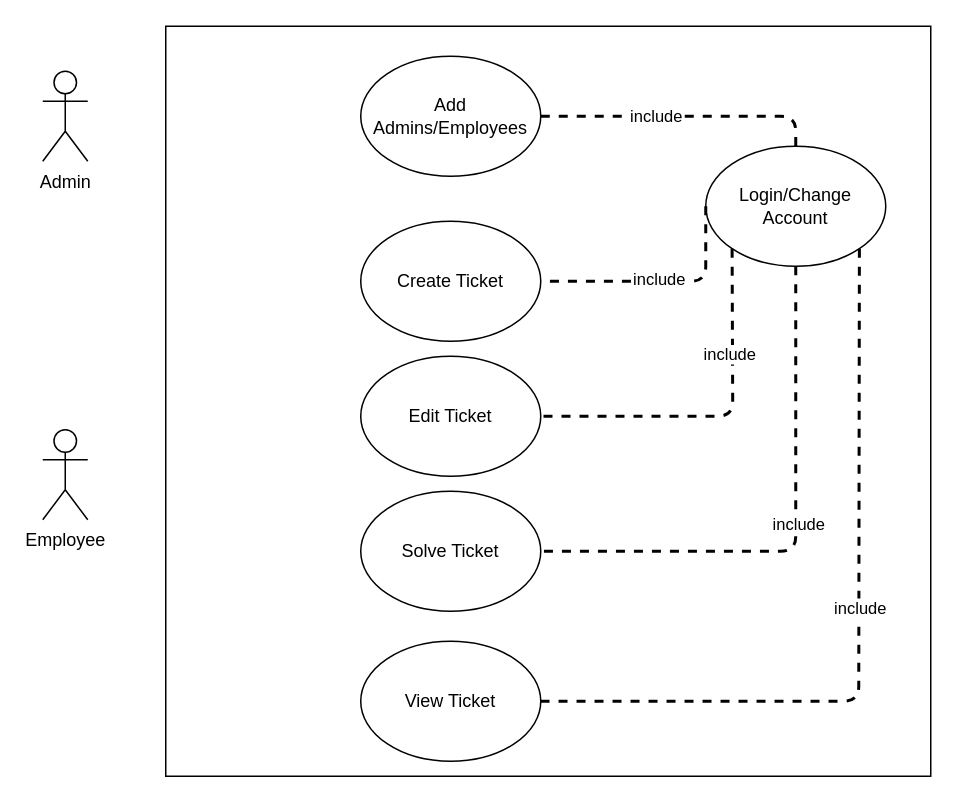
This is Documentation/Diagrams/Use-Case Diagram/Use-Case_Diagram.drawio from baltermia/Gira-ConsoleV2, a draw.io file, before an edit. Source tidied: cells renumbered, new cells numbered last; positions are measured from the earlier drawing's top-left corner, leaving out a move shared by most shapes. Both pictures are drawn from the tidied source at 150%, with x=0, y=0 at pixel (42, 26).
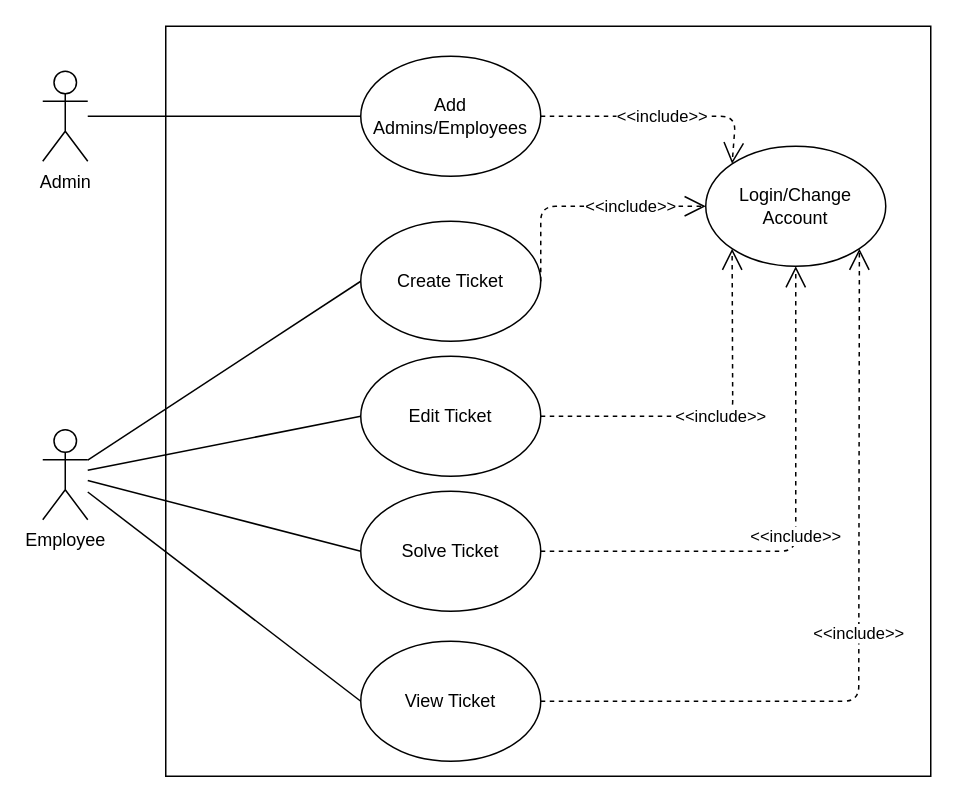
The same page after the edit.

The change refers to these unchanged cells:
```xml
<mxCell id="3" value="Employee" style="shape=umlActor;verticalLabelPosition=bottom;verticalAlign=top;html=1;outlineConnect=0;" parent="1" vertex="1">
  <mxGeometry y="269" width="30" height="60" as="geometry" />
</mxCell>
<mxCell id="4" value="Add Admins/Employees" style="ellipse;whiteSpace=wrap;html=1;" parent="1" vertex="1">
  <mxGeometry x="212" y="20" width="120" height="80" as="geometry" />
</mxCell>
<mxCell id="5" value="Login/Change Account" style="ellipse;whiteSpace=wrap;html=1;" parent="1" vertex="1">
  <mxGeometry x="442" y="80" width="120" height="80" as="geometry" />
</mxCell>
<mxCell id="6" value="Solve Ticket" style="ellipse;whiteSpace=wrap;html=1;" parent="1" vertex="1">
  <mxGeometry x="212" y="310" width="120" height="80" as="geometry" />
</mxCell>
<mxCell id="7" value="Create Ticket" style="ellipse;whiteSpace=wrap;html=1;" parent="1" vertex="1">
  <mxGeometry x="212" y="130" width="120" height="80" as="geometry" />
</mxCell>
<mxCell id="8" value="View Ticket" style="ellipse;whiteSpace=wrap;html=1;" parent="1" vertex="1">
  <mxGeometry x="212" y="410" width="120" height="80" as="geometry" />
</mxCell>
<mxCell id="9" value="Edit Ticket" style="ellipse;whiteSpace=wrap;html=1;" parent="1" vertex="1">
  <mxGeometry x="212" y="220" width="120" height="80" as="geometry" />
</mxCell>
<mxCell id="10" value="Admin" style="shape=umlActor;verticalLabelPosition=bottom;verticalAlign=top;html=1;outlineConnect=0;" parent="1" vertex="1">
  <mxGeometry y="30" width="30" height="60" as="geometry" />
</mxCell>
```

What changed in the source:
```diff
@@
+    <mxCell id="21" style="endArrow=none;html=1;entryX=0;entryY=0.5;entryDx=0;entryDy=0;" parent="1" edge="1" source="10" target="4">
+      <mxGeometry relative="1" as="geometry" />
+    </mxCell>
+    <mxCell id="22" style="endArrow=none;html=1;entryX=0;entryY=0.5;entryDx=0;entryDy=0;" parent="1" edge="1" source="3" target="7">
+      <mxGeometry relative="1" as="geometry" />
+    </mxCell>
+    <mxCell id="23" style="endArrow=none;html=1;entryX=0;entryY=0.5;entryDx=0;entryDy=0;" parent="1" edge="1" source="3" target="9">
+      <mxGeometry relative="1" as="geometry" />
+    </mxCell>
+    <mxCell id="24" style="endArrow=none;html=1;entryX=0;entryY=0.5;entryDx=0;entryDy=0;" parent="1" edge="1" source="3" target="6">
+      <mxGeometry relative="1" as="geometry" />
+    </mxCell>
+    <mxCell id="25" style="endArrow=none;html=1;entryX=0;entryY=0.5;entryDx=0;entryDy=0;" parent="1" edge="1" source="3" target="8">
+      <mxGeometry relative="1" as="geometry" />
+    </mxCell>
-    <mxCell id="11" style="endArrow=none;dashed=1;html=1;strokeWidth=2;exitX=1;exitY=0.5;exitDx=0;exitDy=0;entryX=0.5;entryY=0;entryDx=0;entryDy=0;" parent="1" edge="1" source="4" target="5">
+    <mxCell id="11" value="&amp;lt;&amp;lt;include&amp;gt;&amp;gt;" style="endArrow=open;endSize=12;dashed=1;html=1;exitX=1;exitY=0.5;exitDx=0;exitDy=0;entryX=0;entryY=0;entryDx=0;entryDy=0;" parent="1" edge="1" source="4" target="5">
       <mxGeometry relative="1" as="geometry">
         <Array as="points">
-          <mxPoint x="502" y="60" />
+          <mxPoint x="462" y="60" />
         </Array>
       </mxGeometry>
     </mxCell>
-    <mxCell id="12" value="include" style="edgeLabel;html=1;align=center;verticalAlign=middle;" parent="11" vertex="1">
-      <mxGeometry x="-0.2" y="1" relative="1" as="geometry" />
-    </mxCell>
-    <mxCell id="13" style="endArrow=none;dashed=1;html=1;strokeWidth=2;entryX=1;entryY=0.5;entryDx=0;entryDy=0;exitX=1;exitY=1;exitDx=0;exitDy=0;" parent="1" edge="1" source="5" target="8">
-      <mxGeometry relative="1" as="geometry">
-        <Array as="points">
-          <mxPoint x="544" y="450" />
-        </Array>
-      </mxGeometry>
-    </mxCell>
-    <mxCell id="14" value="include" style="edgeLabel;html=1;align=center;verticalAlign=middle;" parent="13" vertex="1">
-      <mxGeometry x="-0.31" y="-25" relative="1" as="geometry">
-        <mxPoint x="25" y="62" as="offset" />
-      </mxGeometry>
-    </mxCell>
-    <mxCell id="15" style="endArrow=none;dashed=1;html=1;strokeWidth=2;entryX=1;entryY=0.5;entryDx=0;entryDy=0;exitX=0;exitY=1;exitDx=0;exitDy=0;" parent="1" edge="1" source="5" target="9">
-      <mxGeometry relative="1" as="geometry">
-        <Array as="points">
-          <mxPoint x="460" y="260" />
-        </Array>
-      </mxGeometry>
-    </mxCell>
-    <mxCell id="16" value="include" style="edgeLabel;html=1;align=center;verticalAlign=middle;" parent="15" vertex="1">
-      <mxGeometry x="-0.19" y="-2" relative="1" as="geometry">
-        <mxPoint y="-26.3" as="offset" />
-      </mxGeometry>
-    </mxCell>
-    <mxCell id="17" style="endArrow=none;dashed=1;html=1;strokeWidth=2;entryX=1;entryY=0.5;entryDx=0;entryDy=0;exitX=0;exitY=0.5;exitDx=0;exitDy=0;" parent="1" edge="1" source="5" target="7">
-      <mxGeometry relative="1" as="geometry">
-        <Array as="points">
-          <mxPoint x="442" y="170" />
-        </Array>
-      </mxGeometry>
-    </mxCell>
-    <mxCell id="18" value="include" style="edgeLabel;html=1;align=center;verticalAlign=middle;" parent="17" vertex="1">
-      <mxGeometry x="-0.31" y="27" relative="1" as="geometry">
-        <mxPoint x="-27" y="-29" as="offset" />
-      </mxGeometry>
-    </mxCell>
-    <mxCell id="19" style="endArrow=none;dashed=1;html=1;strokeWidth=2;entryX=1;entryY=0.5;entryDx=0;entryDy=0;exitX=0.5;exitY=1;exitDx=0;exitDy=0;" parent="1" edge="1" source="5" target="6">
-      <mxGeometry relative="1" as="geometry">
-        <Array as="points">
-          <mxPoint x="502" y="350" />
-        </Array>
-      </mxGeometry>
-    </mxCell>
-    <mxCell id="20" value="include" style="edgeLabel;html=1;align=center;verticalAlign=middle;" parent="19" vertex="1">
-      <mxGeometry x="-0.31" y="-25" relative="1" as="geometry">
-        <mxPoint x="26" y="47.4" as="offset" />
-      </mxGeometry>
-    </mxCell>
+    <mxCell id="26" value="&amp;lt;&amp;lt;include&amp;gt;&amp;gt;" style="endArrow=open;endSize=12;dashed=1;html=1;exitX=1;exitY=0.5;exitDx=0;exitDy=0;entryX=0;entryY=0.5;entryDx=0;entryDy=0;" parent="1" edge="1" source="7" target="5">
+      <mxGeometry x="0.38" relative="1" as="geometry">
+        <Array as="points">
+          <mxPoint x="332" y="120" />
+        </Array>
+      </mxGeometry>
+    </mxCell>
+    <mxCell id="27" value="&amp;lt;&amp;lt;include&amp;gt;&amp;gt;" style="endArrow=open;endSize=12;dashed=1;html=1;exitX=1;exitY=0.5;exitDx=0;exitDy=0;entryX=0;entryY=1;entryDx=0;entryDy=0;" parent="1" edge="1" source="9" target="5">
+      <mxGeometry relative="1" as="geometry">
+        <Array as="points">
+          <mxPoint x="460" y="260" />
+        </Array>
+      </mxGeometry>
+    </mxCell>
+    <mxCell id="28" value="&amp;lt;&amp;lt;include&amp;gt;&amp;gt;" style="endArrow=open;endSize=12;dashed=1;html=1;exitX=1;exitY=0.5;exitDx=0;exitDy=0;entryX=0.5;entryY=1;entryDx=0;entryDy=0;" parent="1" edge="1" source="6" target="5">
+      <mxGeometry relative="1" as="geometry">
+        <Array as="points">
+          <mxPoint x="502" y="350" />
+        </Array>
+      </mxGeometry>
+    </mxCell>
+    <mxCell id="29" value="&amp;lt;&amp;lt;include&amp;gt;&amp;gt;" style="endArrow=open;endSize=12;dashed=1;html=1;exitX=1;exitY=0.5;exitDx=0;exitDy=0;entryX=1;entryY=1;entryDx=0;entryDy=0;" parent="1" edge="1" source="8" target="5">
+      <mxGeometry relative="1" as="geometry">
+        <Array as="points">
+          <mxPoint x="544" y="450" />
+        </Array>
+      </mxGeometry>
+    </mxCell>
```
